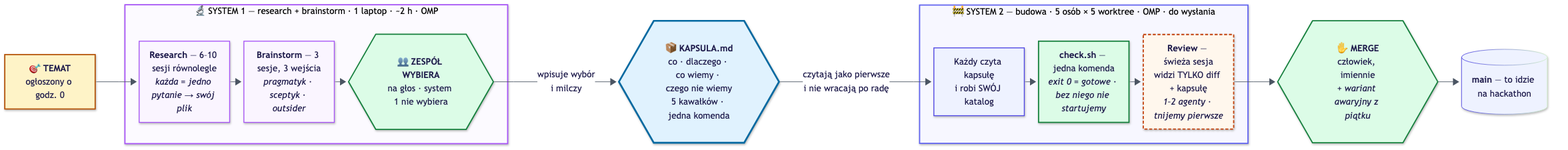
Above: diagram-prosty.png in TomaszGonczar/hackathon-multi-ai-blueprint (Mermaid), before the change. Its source is kept beside it as diagram-prosty.mmd.
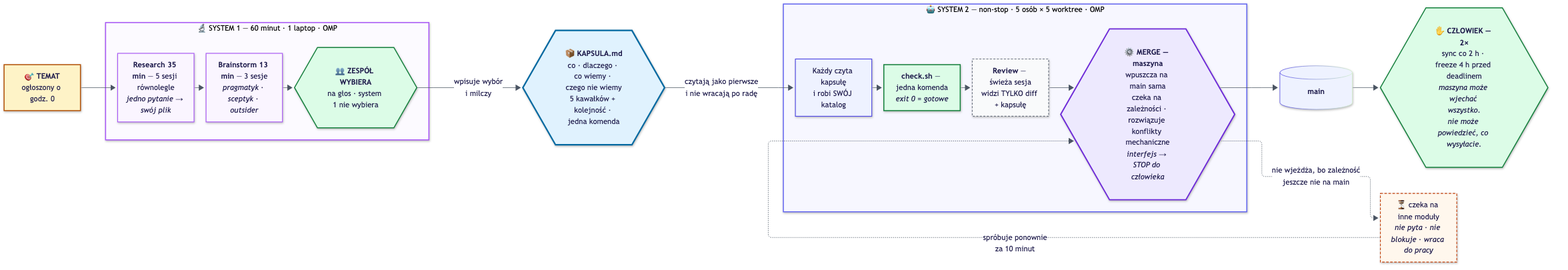
After the change.

Commit message:
research 60 min, maszynowy merge, system 2 non-stop

The edit, as a diff of the source:
```diff
@@ -14,32 +14,37 @@
 
     TEMAT["<b>🎯 TEMAT</b><br/>ogłoszony o godz. 0"]:::start
 
-    subgraph S1["🔬 SYSTEM 1 — research + brainstorm · 1 laptop · ~2 h · OMP"]
+    subgraph S1["🔬 SYSTEM 1 — 60 minut · 1 laptop · OMP"]
         direction TB
-        R["<b>Research</b> — 6–10 sesji równolegle<br/><i>każda = jedno pytanie → swój plik</i>"]:::s1
-        B["<b>Brainstorm</b> — 3 sesje, 3 wejścia<br/><i>pragmatyk · sceptyk · outsider</i>"]:::s1
+        R["<b>Research 35 min</b> — 5 sesji równolegle<br/><i>jedno pytanie → swój plik</i>"]:::s1
+        B["<b>Brainstorm 13 min</b> — 3 sesje<br/><i>pragmatyk · sceptyk · outsider</i>"]:::s1
         V{{"<b>👥 ZESPÓŁ WYBIERA</b><br/>na głos · system 1 nie wybiera"}}:::human
         R --> B --> V
     end
 
-    KAPS{{"<b>📦 KAPSULA.md</b> — jedyny przewód<br/>co budujemy · dlaczego · co wiemy (z linkami)<br/>czego nie wiemy · 5 kawałków · jak sprawdzamy"}}:::capsule
+    KAPS{{"<b>📦 KAPSULA.md</b><br/>co · dlaczego · co wiemy · czego nie wiemy<br/>5 kawałków + kolejność · jedna komenda"}}:::capsule
 
-    subgraph S2["🚧 SYSTEM 2 — budowa · 5 osób × 5 worktree · OMP · do wysłania"]
+    subgraph S2["🤖 SYSTEM 2 — non-stop · 5 osób × 5 worktree · OMP"]
         direction TB
         W["Każdy czyta kapsułę<br/>i robi SWÓJ katalog"]:::s2
-        C["<b>check.sh</b> — jedna komenda<br/><i>exit 0 = gotowe · bez niego nie startujemy</i>"]:::gate
-        RV["<b>Review</b> — świeża sesja<br/>widzi TYLKO diff + kapsułę<br/><i>1–2 agenty · tnijemy pierwsze</i>"]:::opt
-        W --> C --> RV
+        C["<b>check.sh</b> — jedna komenda<br/><i>exit 0 = gotowe</i>"]:::gate
+        RV["<b>Review</b> — świeża sesja<br/>widzi TYLKO diff + kapsułę"]:::opt
+        M{{"<b>⚙️ MERGE — maszyna</b><br/>wpuszcza na main sama<br/>czeka na zależności · rozwiązuje konflikty mechaniczne<br/><i>interfejs → STOP do człowieka</i>"}}:::machine
+        W --> C --> RV --> M
     end
-    KAPS{{"<b>📦 KAPSULA.md</b><br/>co · dlaczego · co wiemy · czego nie wiemy<br/>5 kawałków · jedna komenda"}}:::capsule
-    MERGE{{"<b>✋ MERGE</b><br/>człowiek, imiennie<br/><i>+ wariant awaryjny z piątku</i>"}}:::human
-    MAIN[("<b>main</b> — to idzie na hackathon")]
+
+    WAIT["⏳ czeka na inne moduły<br/><i>nie pyta · nie blokuje · wraca do pracy</i>"]:::wait
+    MAIN[("<b>main</b>")]
+
+    SYNC{{"<b>✋ CZŁOWIEK — 2×</b><br/>sync co 2 h · freeze 4 h przed deadlinem<br/><i>maszyna może wjechać wszystko.<br/>nie może powiedzieć, co wysyłacie.</i>"}}:::human
 
     TEMAT --> R
     V -->|"wpisuje wybór<br/>i milczy"| KAPS
     KAPS -->|"czytają jako pierwsze<br/>i nie wracają po radę"| W
-    RV --> MERGE
-    MERGE --> MAIN
+    M --> MAIN
+    M -.->|"nie wjeżdża, bo zależność<br/>jeszcze nie na main"| WAIT
+    WAIT -.->|"spróbuje ponownie<br/>za 10 minut"| M
+    MAIN --> SYNC
 
     classDef start fill:#fef3c7,stroke:#b45309,stroke-width:2px
     classDef s1 fill:#faf5ff,stroke:#a855f7,stroke-width:1.5px
@@ -47,7 +52,9 @@
     classDef human fill:#dcfce7,stroke:#15803d,stroke-width:2px
     classDef capsule fill:#e0f2fe,stroke:#0369a1,stroke-width:3px
     classDef gate fill:#dcfce7,stroke:#15803d,stroke-width:2px
-    classDef opt fill:#fff7ed,stroke:#c2410c,stroke-width:2px,stroke-dasharray:5 3
+    classDef machine fill:#ede9fe,stroke:#6d28d9,stroke-width:2.5px
+    classDef wait fill:#fff7ed,stroke:#c2410c,stroke-width:1.5px,stroke-dasharray:5 3
+    classDef opt fill:#f9fafb,stroke:#6b7280,stroke-width:1.5px,stroke-dasharray:4 3
 
     style S1 fill:#fcfaff,stroke:#a855f7,stroke-width:2px
     style S2 fill:#f7f7ff,stroke:#6366f1,stroke-width:2px
```
